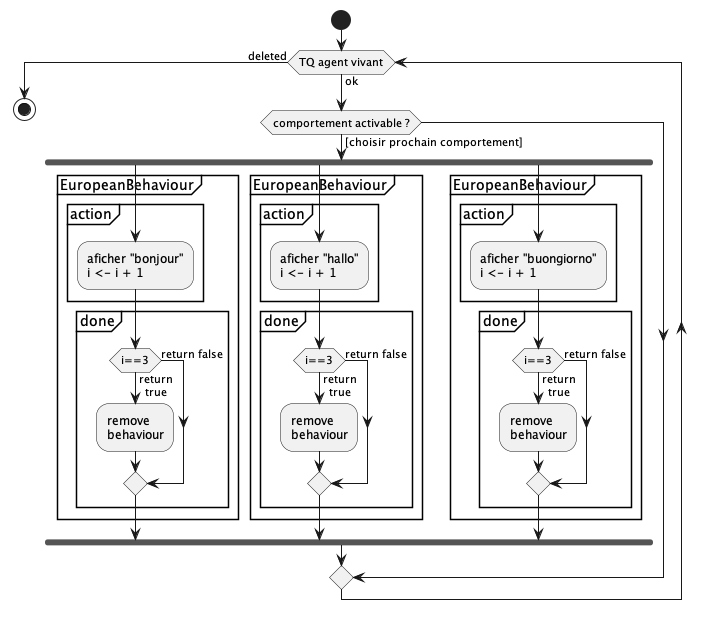
Earlier version of the PlantUML export testComportement/HelloEuropeenParallel.png (EmmanuelADAM/jade).
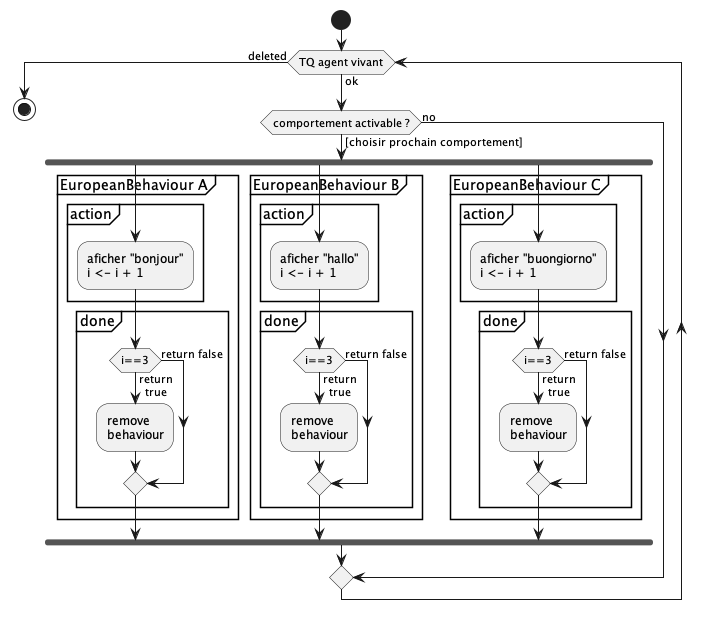
The same file after the commit.

The edit, as a diff of the source:
```diff
@@ -4,7 +4,7 @@
 while (TQ agent vivant) is (ok)
 if (comportement activable ?) then ([choisir prochain comportement])
     fork
-    partition "EuropeanBehaviour" {
+    partition "EuropeanBehaviour A" {
       partition "action" {
           :aficher "bonjour"
           i <- i + 1;
@@ -19,7 +19,7 @@
       }
     }
     fork again
-    partition "EuropeanBehaviour" {
+    partition "EuropeanBehaviour B" {
       partition "action" {
           :aficher "hallo"
           i <- i + 1;
@@ -34,7 +34,7 @@
       }
     }
     fork again
-    partition "EuropeanBehaviour" {
+    partition "EuropeanBehaviour C" {
       partition "action" {
           :aficher "buongiorno"
           i <- i + 1;
@@ -49,6 +49,7 @@
       }
     }
     end fork
+else (no)
  endif
   endwhile (deleted)
 stop
```
